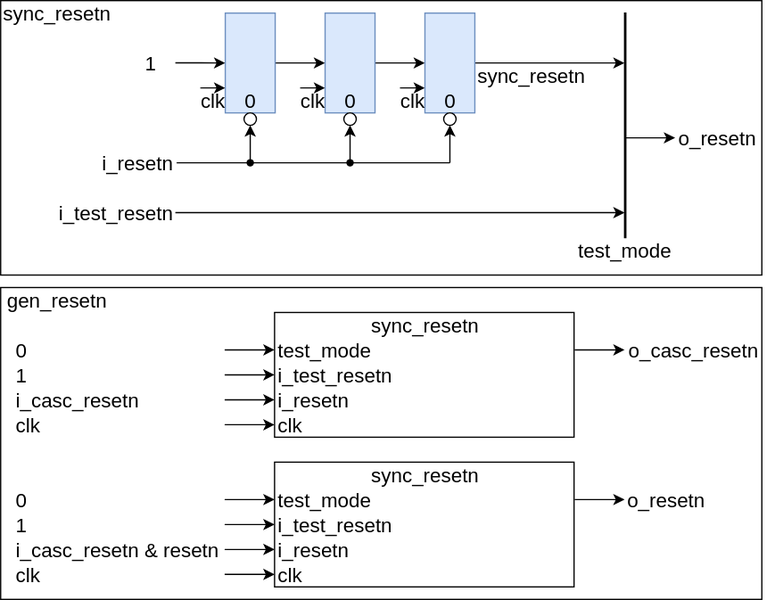
The draw.io diagram de/platform_clk_resetn_gen/sync_resetn/include/resetn_tree.svg in jnjnliwenjie0022/obs, before a commit. Source tidied: cells renumbered, new cells last; positions are measured from the earlier drawing's top-left corner, leaving out a move shared by most shapes.
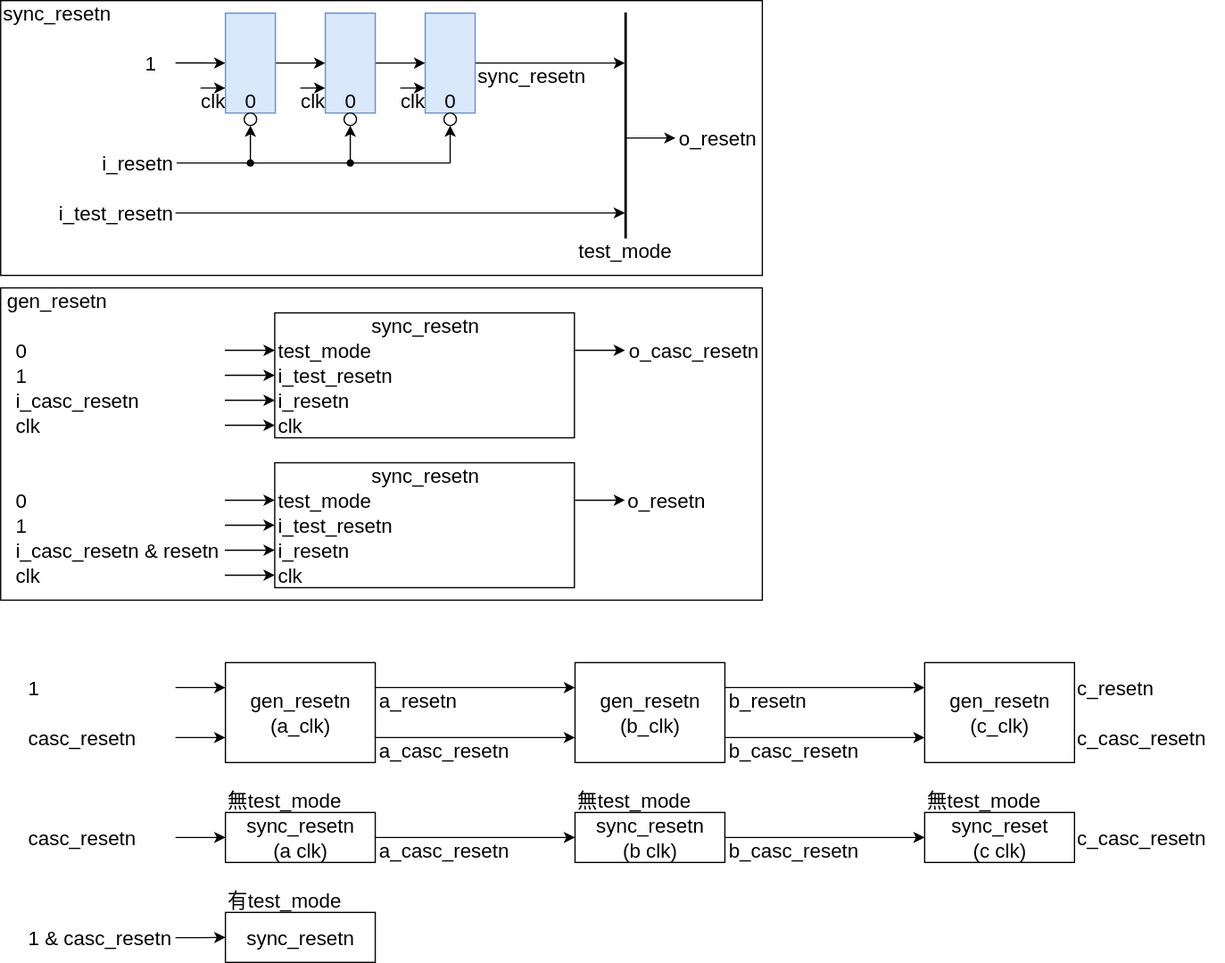
Above is the later version.

Diff of the diagram source:
```diff
@@ -260,5 +260,127 @@
     <mxCell id="71" value="gen_resetn" style="rounded=0;whiteSpace=wrap;html=1;fontSize=16;fillColor=none;strokeColor=none;align=center;" parent="1" vertex="1">
       <mxGeometry y="230" width="90" height="20" as="geometry" />
     </mxCell>
+    <mxCell id="72" value="gen_resetn&lt;div&gt;(a_clk)&lt;/div&gt;" style="rounded=0;whiteSpace=wrap;html=1;fontSize=16;" parent="1" vertex="1">
+      <mxGeometry x="180" y="530" width="120" height="80" as="geometry" />
+    </mxCell>
+    <mxCell id="73" value="gen_resetn&lt;div&gt;(b_clk)&lt;/div&gt;" style="rounded=0;whiteSpace=wrap;html=1;fontSize=16;" parent="1" vertex="1">
+      <mxGeometry x="460" y="530" width="120" height="80" as="geometry" />
+    </mxCell>
+    <mxCell id="74" value="gen_resetn&lt;div&gt;(c_clk)&lt;/div&gt;" style="rounded=0;whiteSpace=wrap;html=1;fontSize=16;" parent="1" vertex="1">
+      <mxGeometry x="740" y="530" width="120" height="80" as="geometry" />
+    </mxCell>
+    <mxCell id="75" value="sync_resetn&lt;div&gt;(a clk)&lt;/div&gt;" style="rounded=0;whiteSpace=wrap;html=1;fontSize=16;" parent="1" vertex="1">
+      <mxGeometry x="180" y="650" width="120" height="40" as="geometry" />
+    </mxCell>
+    <mxCell id="76" style="edgeStyle=orthogonalEdgeStyle;rounded=0;jettySize=auto;html=1;" parent="1" edge="1" source="77">
+      <mxGeometry relative="1" as="geometry">
+        <mxPoint x="180" y="550" as="targetPoint" />
+      </mxGeometry>
+    </mxCell>
+    <mxCell id="77" value="1" style="rounded=0;whiteSpace=wrap;html=1;fontSize=16;fillColor=none;strokeColor=none;align=left;" parent="1" vertex="1">
+      <mxGeometry x="20" y="540" width="120" height="20" as="geometry" />
+    </mxCell>
+    <mxCell id="78" style="edgeStyle=orthogonalEdgeStyle;rounded=0;jettySize=auto;html=1;" parent="1" edge="1" source="79">
+      <mxGeometry relative="1" as="geometry">
+        <mxPoint x="180" y="590" as="targetPoint" />
+      </mxGeometry>
+    </mxCell>
+    <mxCell id="79" value="casc_resetn" style="rounded=0;whiteSpace=wrap;html=1;fontSize=16;fillColor=none;strokeColor=none;align=left;" parent="1" vertex="1">
+      <mxGeometry x="20" y="580" width="120" height="20" as="geometry" />
+    </mxCell>
+    <mxCell id="80" style="edgeStyle=orthogonalEdgeStyle;rounded=0;jettySize=auto;html=1;exitX=1;exitY=0.25;exitDx=0;exitDy=0;" parent="1" edge="1" source="72">
+      <mxGeometry relative="1" as="geometry">
+        <mxPoint x="460" y="550" as="targetPoint" />
+      </mxGeometry>
+    </mxCell>
+    <mxCell id="81" style="edgeStyle=orthogonalEdgeStyle;rounded=0;jettySize=auto;html=1;exitX=1;exitY=0.75;exitDx=0;exitDy=0;" parent="1" edge="1" source="72">
+      <mxGeometry relative="1" as="geometry">
+        <mxPoint x="460" y="590" as="targetPoint" />
+      </mxGeometry>
+    </mxCell>
+    <mxCell id="82" style="edgeStyle=orthogonalEdgeStyle;rounded=0;jettySize=auto;html=1;exitX=1;exitY=0.25;exitDx=0;exitDy=0;" parent="1" edge="1" source="73">
+      <mxGeometry relative="1" as="geometry">
+        <mxPoint x="740" y="550" as="targetPoint" />
+      </mxGeometry>
+    </mxCell>
+    <mxCell id="83" style="edgeStyle=orthogonalEdgeStyle;rounded=0;jettySize=auto;html=1;exitX=1;exitY=0.75;exitDx=0;exitDy=0;" parent="1" edge="1" source="73">
+      <mxGeometry relative="1" as="geometry">
+        <mxPoint x="740" y="590" as="targetPoint" />
+      </mxGeometry>
+    </mxCell>
+    <mxCell id="84" value="c_resetn" style="rounded=0;whiteSpace=wrap;html=1;fontSize=16;fillColor=none;strokeColor=none;align=left;" parent="1" vertex="1">
+      <mxGeometry x="860" y="540" width="120" height="20" as="geometry" />
+    </mxCell>
+    <mxCell id="85" value="c_casc_resetn" style="rounded=0;whiteSpace=wrap;html=1;fontSize=16;fillColor=none;strokeColor=none;align=left;" parent="1" vertex="1">
+      <mxGeometry x="860" y="580" width="120" height="20" as="geometry" />
+    </mxCell>
+    <mxCell id="86" style="edgeStyle=orthogonalEdgeStyle;rounded=0;jettySize=auto;html=1;" parent="1" edge="1" source="87">
+      <mxGeometry relative="1" as="geometry">
+        <mxPoint x="180" y="670" as="targetPoint" />
+      </mxGeometry>
+    </mxCell>
+    <mxCell id="87" value="casc_resetn" style="rounded=0;whiteSpace=wrap;html=1;fontSize=16;fillColor=none;strokeColor=none;align=left;" parent="1" vertex="1">
+      <mxGeometry x="20" y="660" width="120" height="20" as="geometry" />
+    </mxCell>
+    <mxCell id="88" value="無test_mode" style="rounded=0;whiteSpace=wrap;html=1;fontSize=16;fillColor=none;strokeColor=none;align=left;" parent="1" vertex="1">
+      <mxGeometry x="180" y="630" width="120" height="20" as="geometry" />
+    </mxCell>
+    <mxCell id="89" value="sync_resetn&lt;div&gt;(b clk)&lt;/div&gt;" style="rounded=0;whiteSpace=wrap;html=1;fontSize=16;" parent="1" vertex="1">
+      <mxGeometry x="460" y="650" width="120" height="40" as="geometry" />
+    </mxCell>
+    <mxCell id="90" style="edgeStyle=orthogonalEdgeStyle;rounded=0;jettySize=auto;html=1;exitX=1;exitY=0.5;exitDx=0;exitDy=0;" parent="1" edge="1" source="75">
+      <mxGeometry relative="1" as="geometry">
+        <mxPoint x="460" y="670" as="targetPoint" />
+      </mxGeometry>
+    </mxCell>
+    <mxCell id="91" value="無test_mode" style="rounded=0;whiteSpace=wrap;html=1;fontSize=16;fillColor=none;strokeColor=none;align=left;" parent="1" vertex="1">
+      <mxGeometry x="460" y="630" width="120" height="20" as="geometry" />
+    </mxCell>
+    <mxCell id="92" value="sync_reset&lt;div&gt;(c clk)&lt;/div&gt;" style="rounded=0;whiteSpace=wrap;html=1;fontSize=16;" parent="1" vertex="1">
+      <mxGeometry x="740" y="650" width="120" height="40" as="geometry" />
+    </mxCell>
+    <mxCell id="93" style="edgeStyle=orthogonalEdgeStyle;rounded=0;jettySize=auto;html=1;exitX=1;exitY=0.5;exitDx=0;exitDy=0;" parent="1" edge="1" source="89">
+      <mxGeometry relative="1" as="geometry">
+        <mxPoint x="740" y="670" as="targetPoint" />
+      </mxGeometry>
+    </mxCell>
+    <mxCell id="94" value="無test_mode" style="rounded=0;whiteSpace=wrap;html=1;fontSize=16;fillColor=none;strokeColor=none;align=left;" parent="1" vertex="1">
+      <mxGeometry x="740" y="630" width="120" height="20" as="geometry" />
+    </mxCell>
+    <mxCell id="95" value="c_casc_resetn" style="rounded=0;whiteSpace=wrap;html=1;fontSize=16;fillColor=none;strokeColor=none;align=left;" parent="1" vertex="1">
+      <mxGeometry x="860" y="660" width="120" height="20" as="geometry" />
+    </mxCell>
+    <mxCell id="96" style="edgeStyle=orthogonalEdgeStyle;rounded=0;jettySize=auto;html=1;exitX=0;exitY=0.5;exitDx=0;exitDy=0;entryX=0;entryY=0.5;entryDx=0;entryDy=0;" parent="1" edge="1" target="97">
+      <mxGeometry relative="1" as="geometry">
+        <mxPoint x="140" y="750.2" as="sourcePoint" />
+      </mxGeometry>
+    </mxCell>
+    <mxCell id="97" value="sync_resetn" style="rounded=0;whiteSpace=wrap;html=1;fontSize=16;" parent="1" vertex="1">
+      <mxGeometry x="180" y="730" width="120" height="40" as="geometry" />
+    </mxCell>
+    <mxCell id="98" value="1 &amp;amp; casc_resetn" style="rounded=0;whiteSpace=wrap;html=1;fontSize=16;fillColor=none;strokeColor=none;align=left;" parent="1" vertex="1">
+      <mxGeometry x="20" y="740" width="120" height="20" as="geometry" />
+    </mxCell>
+    <mxCell id="99" value="有test_mode" style="rounded=0;whiteSpace=wrap;html=1;fontSize=16;fillColor=none;strokeColor=none;align=left;" parent="1" vertex="1">
+      <mxGeometry x="180" y="710" width="120" height="20" as="geometry" />
+    </mxCell>
+    <mxCell id="100" value="a_resetn" style="rounded=0;whiteSpace=wrap;html=1;fontSize=16;fillColor=none;strokeColor=none;align=left;" parent="1" vertex="1">
+      <mxGeometry x="300.5" y="550" width="120" height="20" as="geometry" />
+    </mxCell>
+    <mxCell id="101" value="a_casc_resetn" style="rounded=0;whiteSpace=wrap;html=1;fontSize=16;fillColor=none;strokeColor=none;align=left;" parent="1" vertex="1">
+      <mxGeometry x="300.5" y="590" width="120" height="20" as="geometry" />
+    </mxCell>
+    <mxCell id="102" value="b_casc_resetn" style="rounded=0;whiteSpace=wrap;html=1;fontSize=16;fillColor=none;strokeColor=none;align=left;" parent="1" vertex="1">
+      <mxGeometry x="580.5" y="590" width="120" height="20" as="geometry" />
+    </mxCell>
+    <mxCell id="103" value="b_resetn" style="rounded=0;whiteSpace=wrap;html=1;fontSize=16;fillColor=none;strokeColor=none;align=left;" parent="1" vertex="1">
+      <mxGeometry x="580.5" y="550" width="120" height="20" as="geometry" />
+    </mxCell>
+    <mxCell id="104" value="b_casc_resetn" style="rounded=0;whiteSpace=wrap;html=1;fontSize=16;fillColor=none;strokeColor=none;align=left;" parent="1" vertex="1">
+      <mxGeometry x="580.5" y="670" width="120" height="20" as="geometry" />
+    </mxCell>
+    <mxCell id="105" value="a_casc_resetn" style="rounded=0;whiteSpace=wrap;html=1;fontSize=16;fillColor=none;strokeColor=none;align=left;" parent="1" vertex="1">
+      <mxGeometry x="300.5" y="670" width="120" height="20" as="geometry" />
+    </mxCell>
   </root>
 </mxGraphModel>
```
